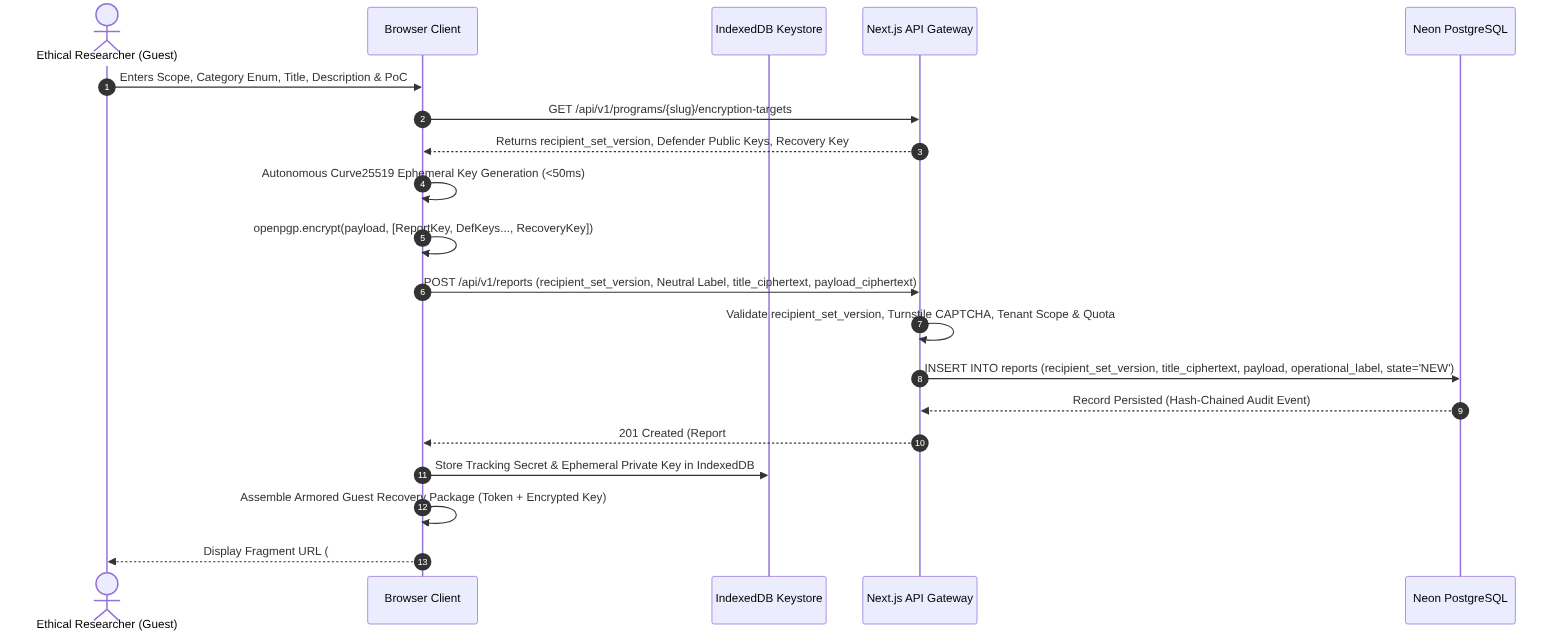
The Mermaid diagram requirements/diagrams/fig4_3_seq_submission.png in Taha-Asad/BugBountyTracker, before a commit. Its source is kept beside it as requirements/diagrams/fig4_3_seq_submission.mmd. Its diagram source:
```mermaid
sequenceDiagram
    autonumber
    actor Hunter as Ethical Researcher (Guest)
    participant Browser as Browser Client
    participant KeyStore as IndexedDB Keystore
    participant Server as Next.js API Gateway
    participant DB as Neon PostgreSQL

    Hunter->>Browser: Enters Scope, Category Enum, Title, Description & PoC
    Browser->>Server: GET /api/v1/programs/{slug}/encryption-targets
    Server-->>Browser: Returns recipient_set_version, Defender Public Keys, Recovery Key
    Browser->>Browser: Autonomous Curve25519 Ephemeral Key Generation (<50ms)
    Browser->>Browser: openpgp.encrypt(payload, [ReportKey, DefKeys..., RecoveryKey])
    Browser->>Server: POST /api/v1/reports (recipient_set_version, Neutral Label, title_ciphertext, payload_ciphertext)
    Server->>Server: Validate recipient_set_version, Turnstile CAPTCHA, Tenant Scope & Quota
    Server->>DB: INSERT INTO reports (recipient_set_version, title_ciphertext, payload, operational_label, state='NEW')
    DB-->>Server: Record Persisted (Hash-Chained Audit Event)
    Server-->>Browser: 201 Created (Report #BBT-102 + Guest Access Token)
    Browser->>KeyStore: Store Tracking Secret & Ephemeral Private Key in IndexedDB
    Browser->>Browser: Assemble Armored Guest Recovery Package (Token + Encrypted Key)
    Browser-->>Hunter: Display Fragment URL (#token=...&key=...) & Downloadable Recovery Package
```
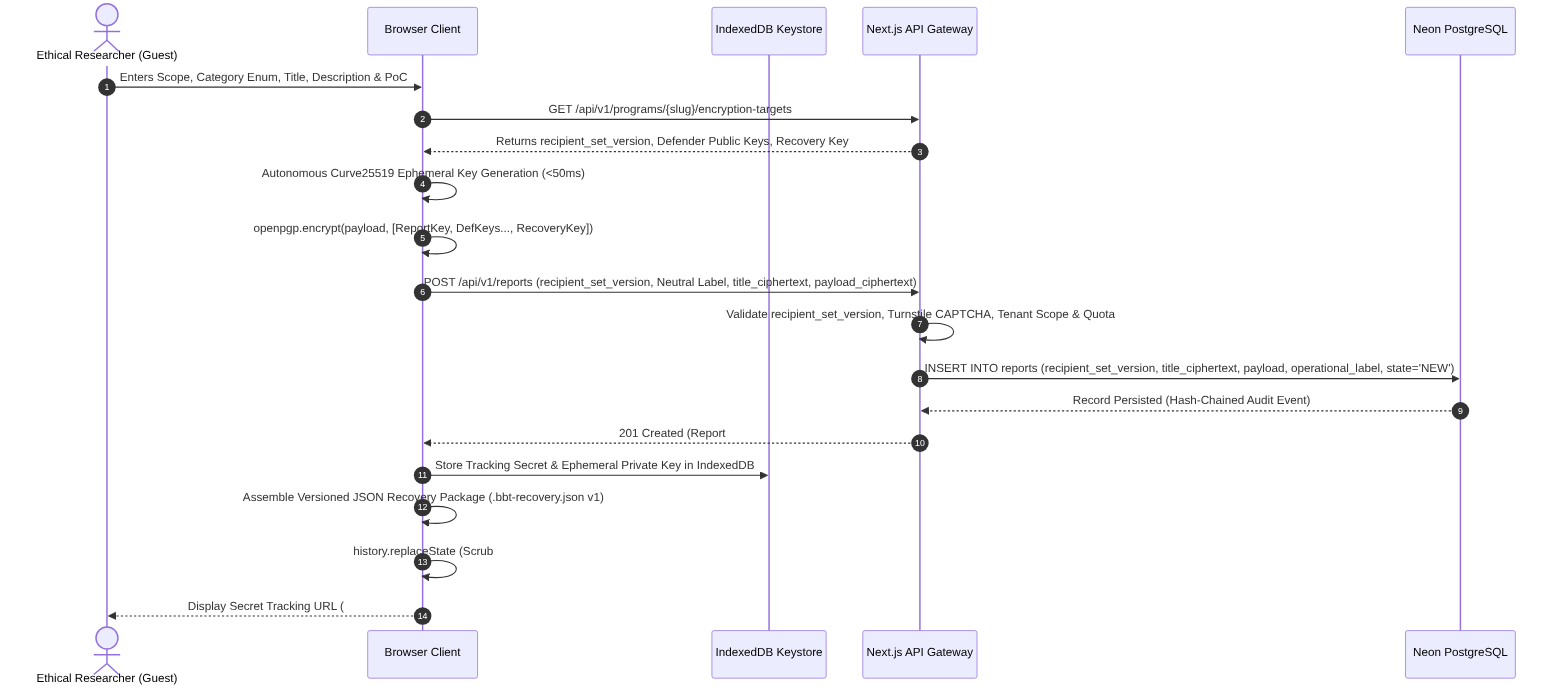
Later version of the same file.

Change to the diagram source:
```diff
@@ -15,7 +15,8 @@
     Server->>Server: Validate recipient_set_version, Turnstile CAPTCHA, Tenant Scope & Quota
     Server->>DB: INSERT INTO reports (recipient_set_version, title_ciphertext, payload, operational_label, state='NEW')
     DB-->>Server: Record Persisted (Hash-Chained Audit Event)
-    Server-->>Browser: 201 Created (Report #BBT-102 + Guest Access Token)
+    Server-->>Browser: 201 Created (Report #BBT-102 + Guest Access Token + guest_actor_id)
     Browser->>KeyStore: Store Tracking Secret & Ephemeral Private Key in IndexedDB
-    Browser->>Browser: Assemble Armored Guest Recovery Package (Token + Encrypted Key)
-    Browser-->>Hunter: Display Fragment URL (#token=...&key=...) & Downloadable Recovery Package
+    Browser->>Browser: Assemble Versioned JSON Recovery Package (.bbt-recovery.json v1)
+    Browser->>Browser: history.replaceState (Scrub #token from Address Bar)
+    Browser-->>Hunter: Display Secret Tracking URL (#token=...) & Download .bbt-recovery.json
```
